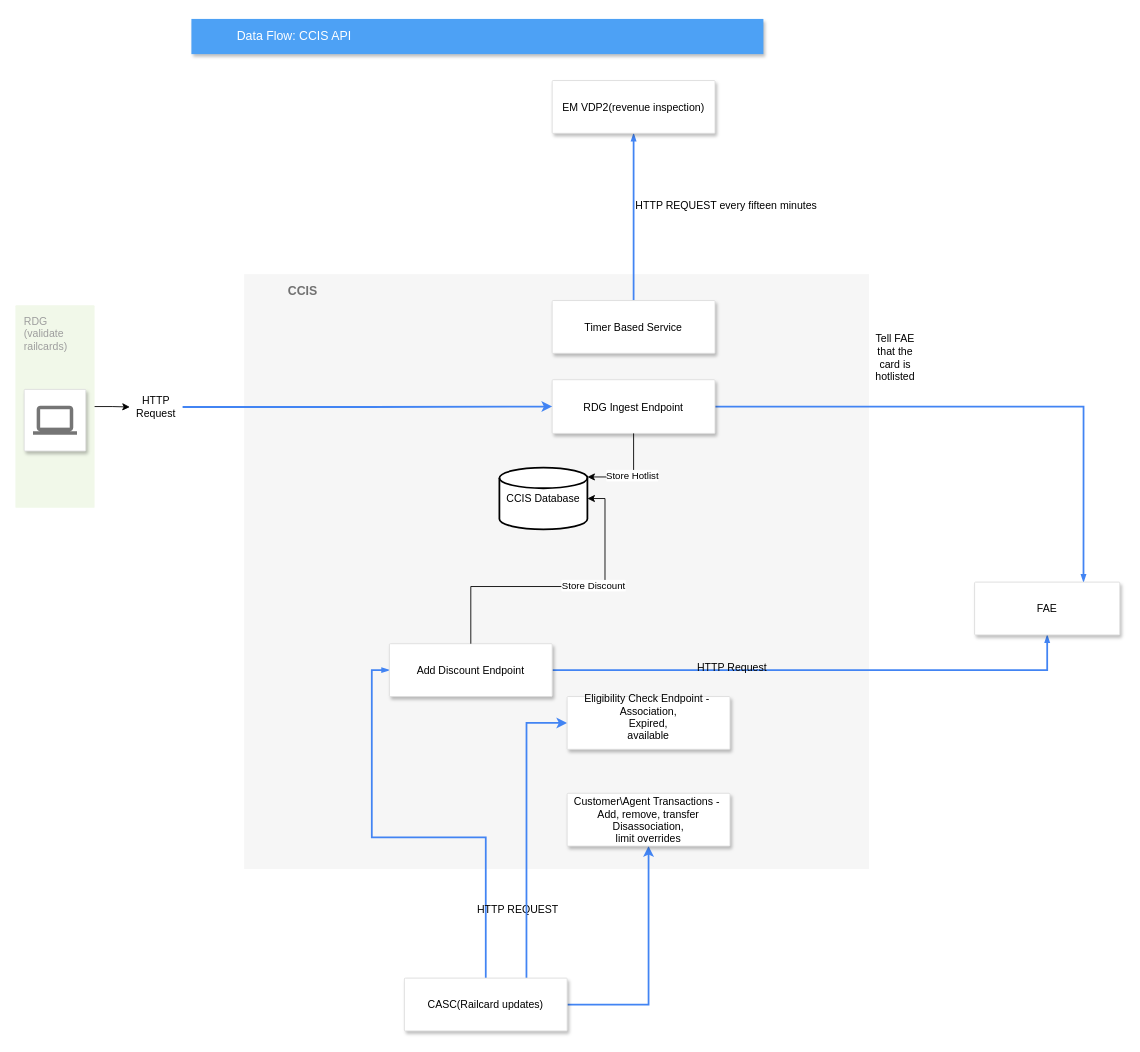
mattwatts36/drawings keeps this draw.io diagram as CCIS-API.drawio. Above is the earlier version. Source tidied: cells renumbered, new cells numbered last; positions are measured from the earlier drawing's top-left corner, leaving out a move shared by most shapes. Both pictures are drawn from the tidied source at 88%, with x=0, y=0 at pixel (15, 18).
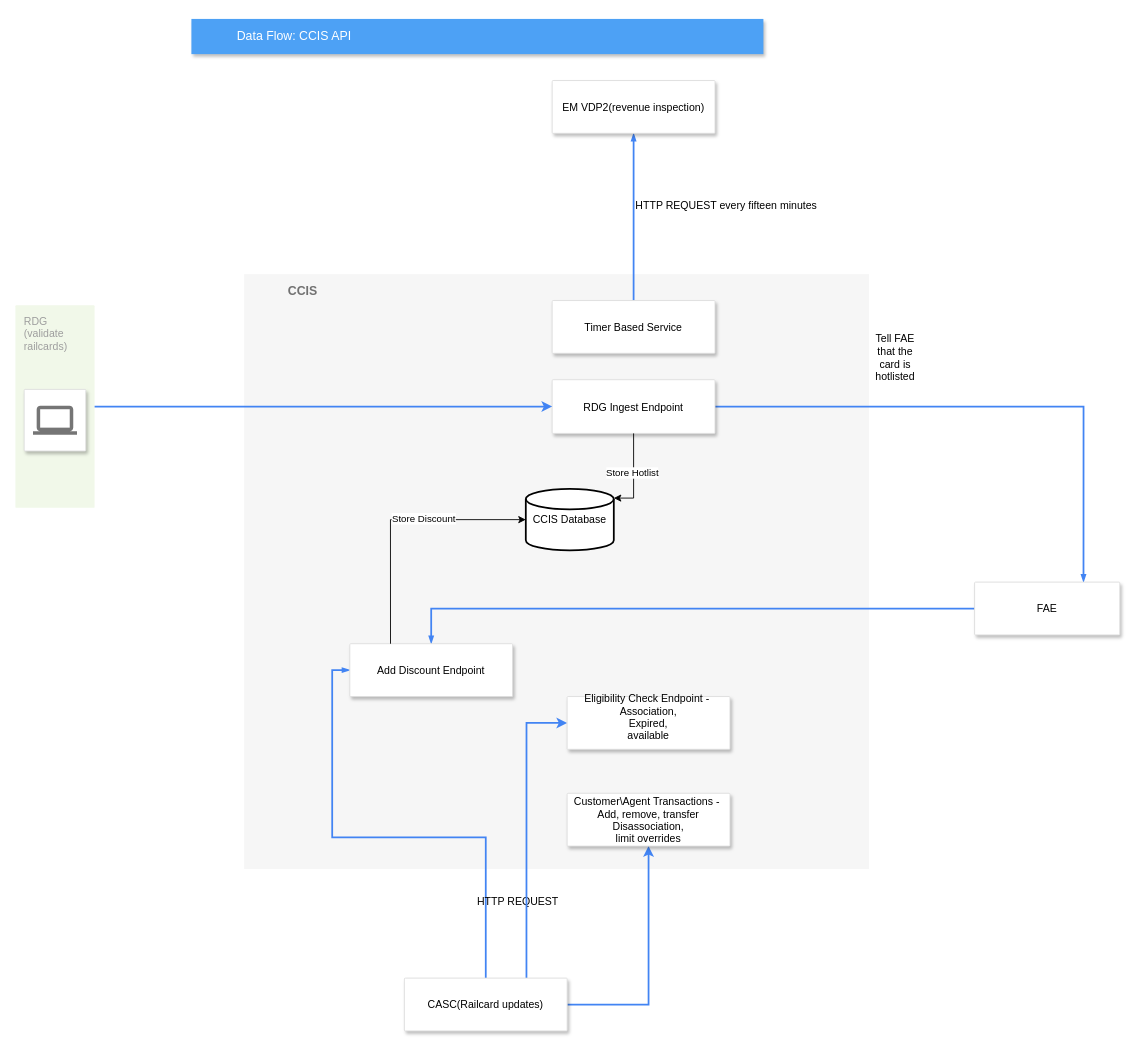
The same diagram, later.

Unchanged cells that the change refers to:
```xml
<mxCell id="7" value="RDG Ingest Endpoint" style="strokeColor=#dddddd;shadow=1;strokeWidth=1;rounded=1;absoluteArcSize=1;arcSize=2;" parent="1" vertex="1">
  <mxGeometry x="610" y="410" width="185" height="61" as="geometry" />
</mxCell>
<mxCell id="18" value="RDG&lt;div&gt;(validate&amp;nbsp;&lt;/div&gt;&lt;div&gt;railcards)&lt;/div&gt;" style="rounded=1;absoluteArcSize=1;arcSize=2;html=1;strokeColor=none;gradientColor=none;shadow=0;dashed=0;fontSize=12;fontColor=#9E9E9E;align=left;verticalAlign=top;spacing=10;spacingTop=-4;fillColor=#F1F8E9;" parent="17" vertex="1">
  <mxGeometry width="90" height="230" as="geometry" />
</mxCell>
<mxCell id="21" value="FAE" style="strokeColor=#dddddd;shadow=1;strokeWidth=1;rounded=1;absoluteArcSize=1;arcSize=2;" parent="1" vertex="1">
  <mxGeometry x="1090" y="640" width="165" height="60" as="geometry" />
</mxCell>
```

Diff of the diagram source:
```diff
@@
-    <mxCell id="14" style="edgeStyle=orthogonalEdgeStyle;rounded=0;jettySize=auto;html=1;dashed=0;strokeColor=#4284F3;strokeWidth=2;align=left;verticalAlign=middle;fontFamily=Helvetica;fontSize=12;fontColor=#000000;labelBackgroundColor=none;elbow=vertical;startFill=1;startSize=4;endArrow=blockThin;endFill=1;endSize=4;" parent="1" edge="1" source="16" target="21">
+    <mxCell id="14" style="edgeStyle=orthogonalEdgeStyle;rounded=0;jettySize=auto;html=1;dashed=0;strokeColor=#4284F3;strokeWidth=2;align=left;verticalAlign=middle;fontFamily=Helvetica;fontSize=12;fontColor=#000000;labelBackgroundColor=none;elbow=vertical;startFill=1;startSize=4;endArrow=blockThin;endFill=1;endSize=4;" parent="1" edge="1" source="21" target="16">
       <mxGeometry relative="1" as="geometry" />
     </mxCell>
-    <mxCell id="15" value="HTTP Request" style="edgeLabel;html=1;align=left;verticalAlign=middle;rounded=0;dashed=0;strokeColor=#4284F3;strokeWidth=2;fontFamily=Helvetica;fontSize=12;fontColor=#000000;labelBackgroundColor=none;" parent="14" vertex="1">
-      <mxGeometry x="-0.46" y="3" relative="1" as="geometry" />
-    </mxCell>
     <mxCell id="16" value="Add Discount Endpoint" style="strokeColor=#dddddd;shadow=1;strokeWidth=1;rounded=1;absoluteArcSize=1;arcSize=2;" parent="1" vertex="1">
-      <mxGeometry x="425" y="710" width="185" height="60" as="geometry" />
+      <mxGeometry x="380" y="710" width="185" height="60" as="geometry" />
     </mxCell>
@@
     <mxCell id="24" value="CCIS Database" style="strokeWidth=2;html=1;shape=mxgraph.flowchart.database;whiteSpace=wrap;" parent="1" vertex="1">
-      <mxGeometry x="550" y="510" width="100" height="70" as="geometry" />
+      <mxGeometry x="580" y="534" width="100" height="70" as="geometry" />
     </mxCell>
-    <mxCell id="25" style="edgeStyle=orthogonalEdgeStyle;rounded=0;jettySize=auto;html=1;entryX=1;entryY=0.5;entryDx=0;entryDy=0;entryPerimeter=0;" parent="1" edge="1" source="16" target="24">
+    <mxCell id="25" style="edgeStyle=orthogonalEdgeStyle;rounded=0;jettySize=auto;html=1;entryX=0;entryY=0.5;entryDx=0;entryDy=0;entryPerimeter=0;exitX=0.25;exitY=0;exitDx=0;exitDy=0;" parent="1" edge="1" source="16" target="24">
       <mxGeometry relative="1" as="geometry" />
     </mxCell>
@@
-    <mxCell id="31" style="edgeStyle=orthogonalEdgeStyle;rounded=0;jettySize=auto;html=1;" parent="1" edge="1" source="18" target="32">
-      <mxGeometry relative="1" as="geometry" />
-    </mxCell>
-    <mxCell id="32" value="HTTP Request" style="text;html=1;align=center;verticalAlign=middle;whiteSpace=wrap;rounded=0;" parent="1" vertex="1">
-      <mxGeometry x="130" y="426" width="60" height="30" as="geometry" />
-    </mxCell>
-    <mxCell id="33" style="edgeStyle=orthogonalEdgeStyle;rounded=0;jettySize=auto;html=1;entryX=0;entryY=0.5;entryDx=0;entryDy=0;strokeWidth=2;strokeColor=#4284F3;" parent="1" edge="1" source="32" target="7">
+    <mxCell id="33" style="edgeStyle=orthogonalEdgeStyle;rounded=0;jettySize=auto;html=1;entryX=0;entryY=0.5;entryDx=0;entryDy=0;strokeWidth=2;strokeColor=#4284F3;exitX=1;exitY=0.5;exitDx=0;exitDy=0;" parent="1" edge="1" source="18" target="7">
       <mxGeometry relative="1" as="geometry" />
     </mxCell>
```
